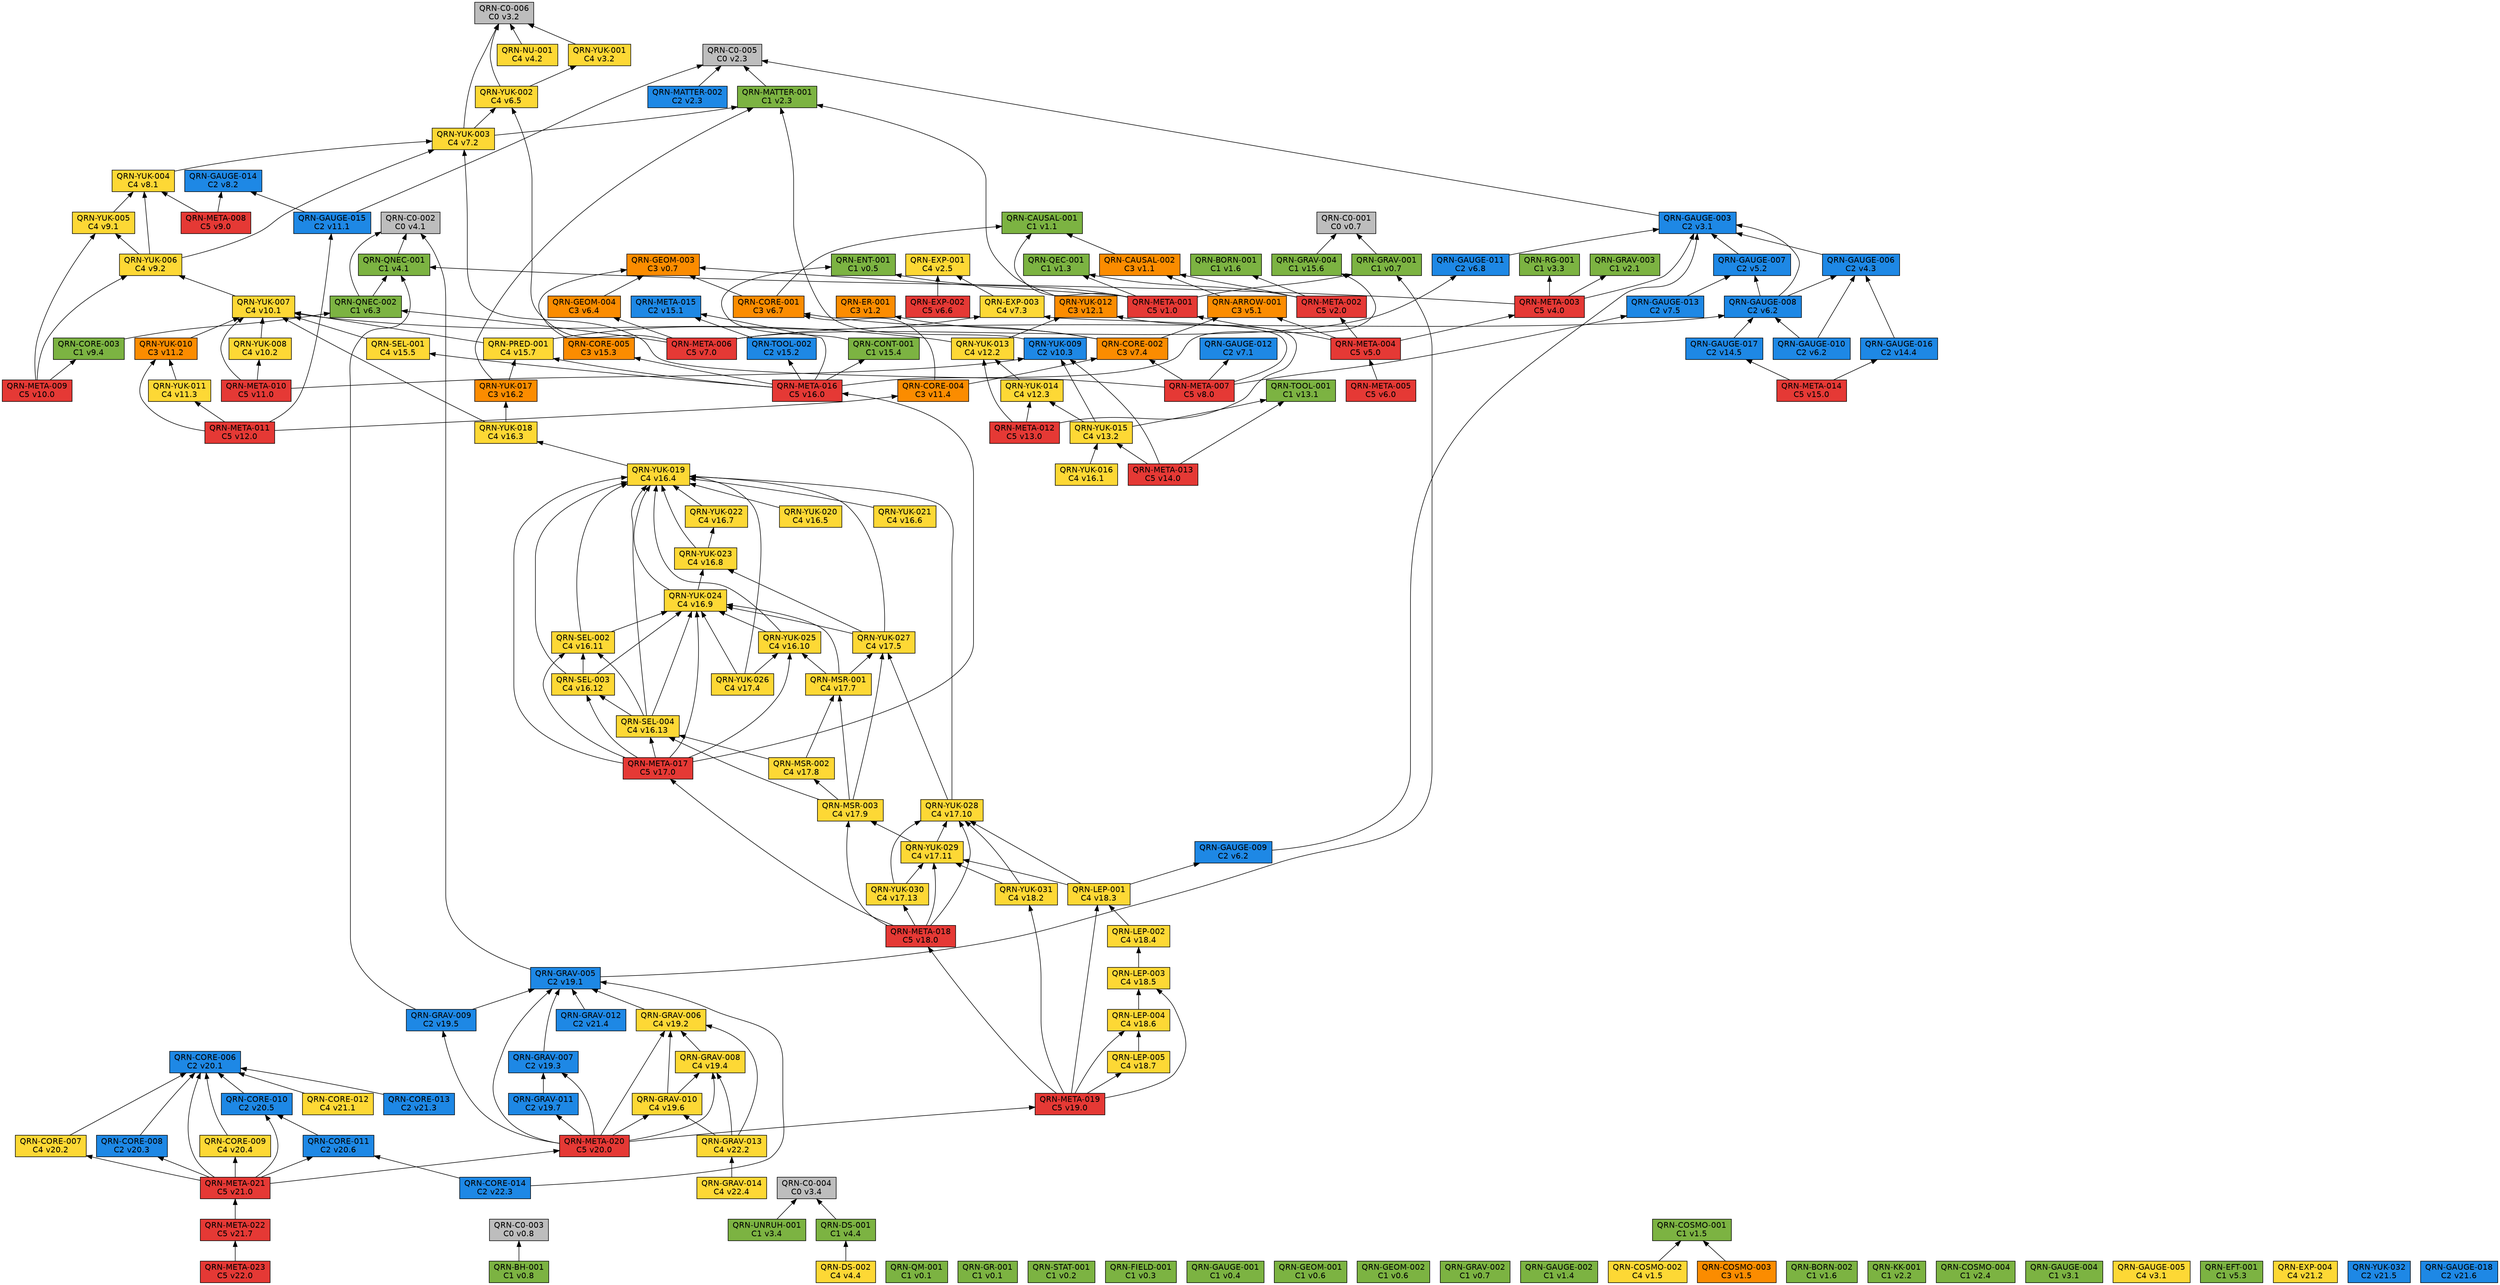
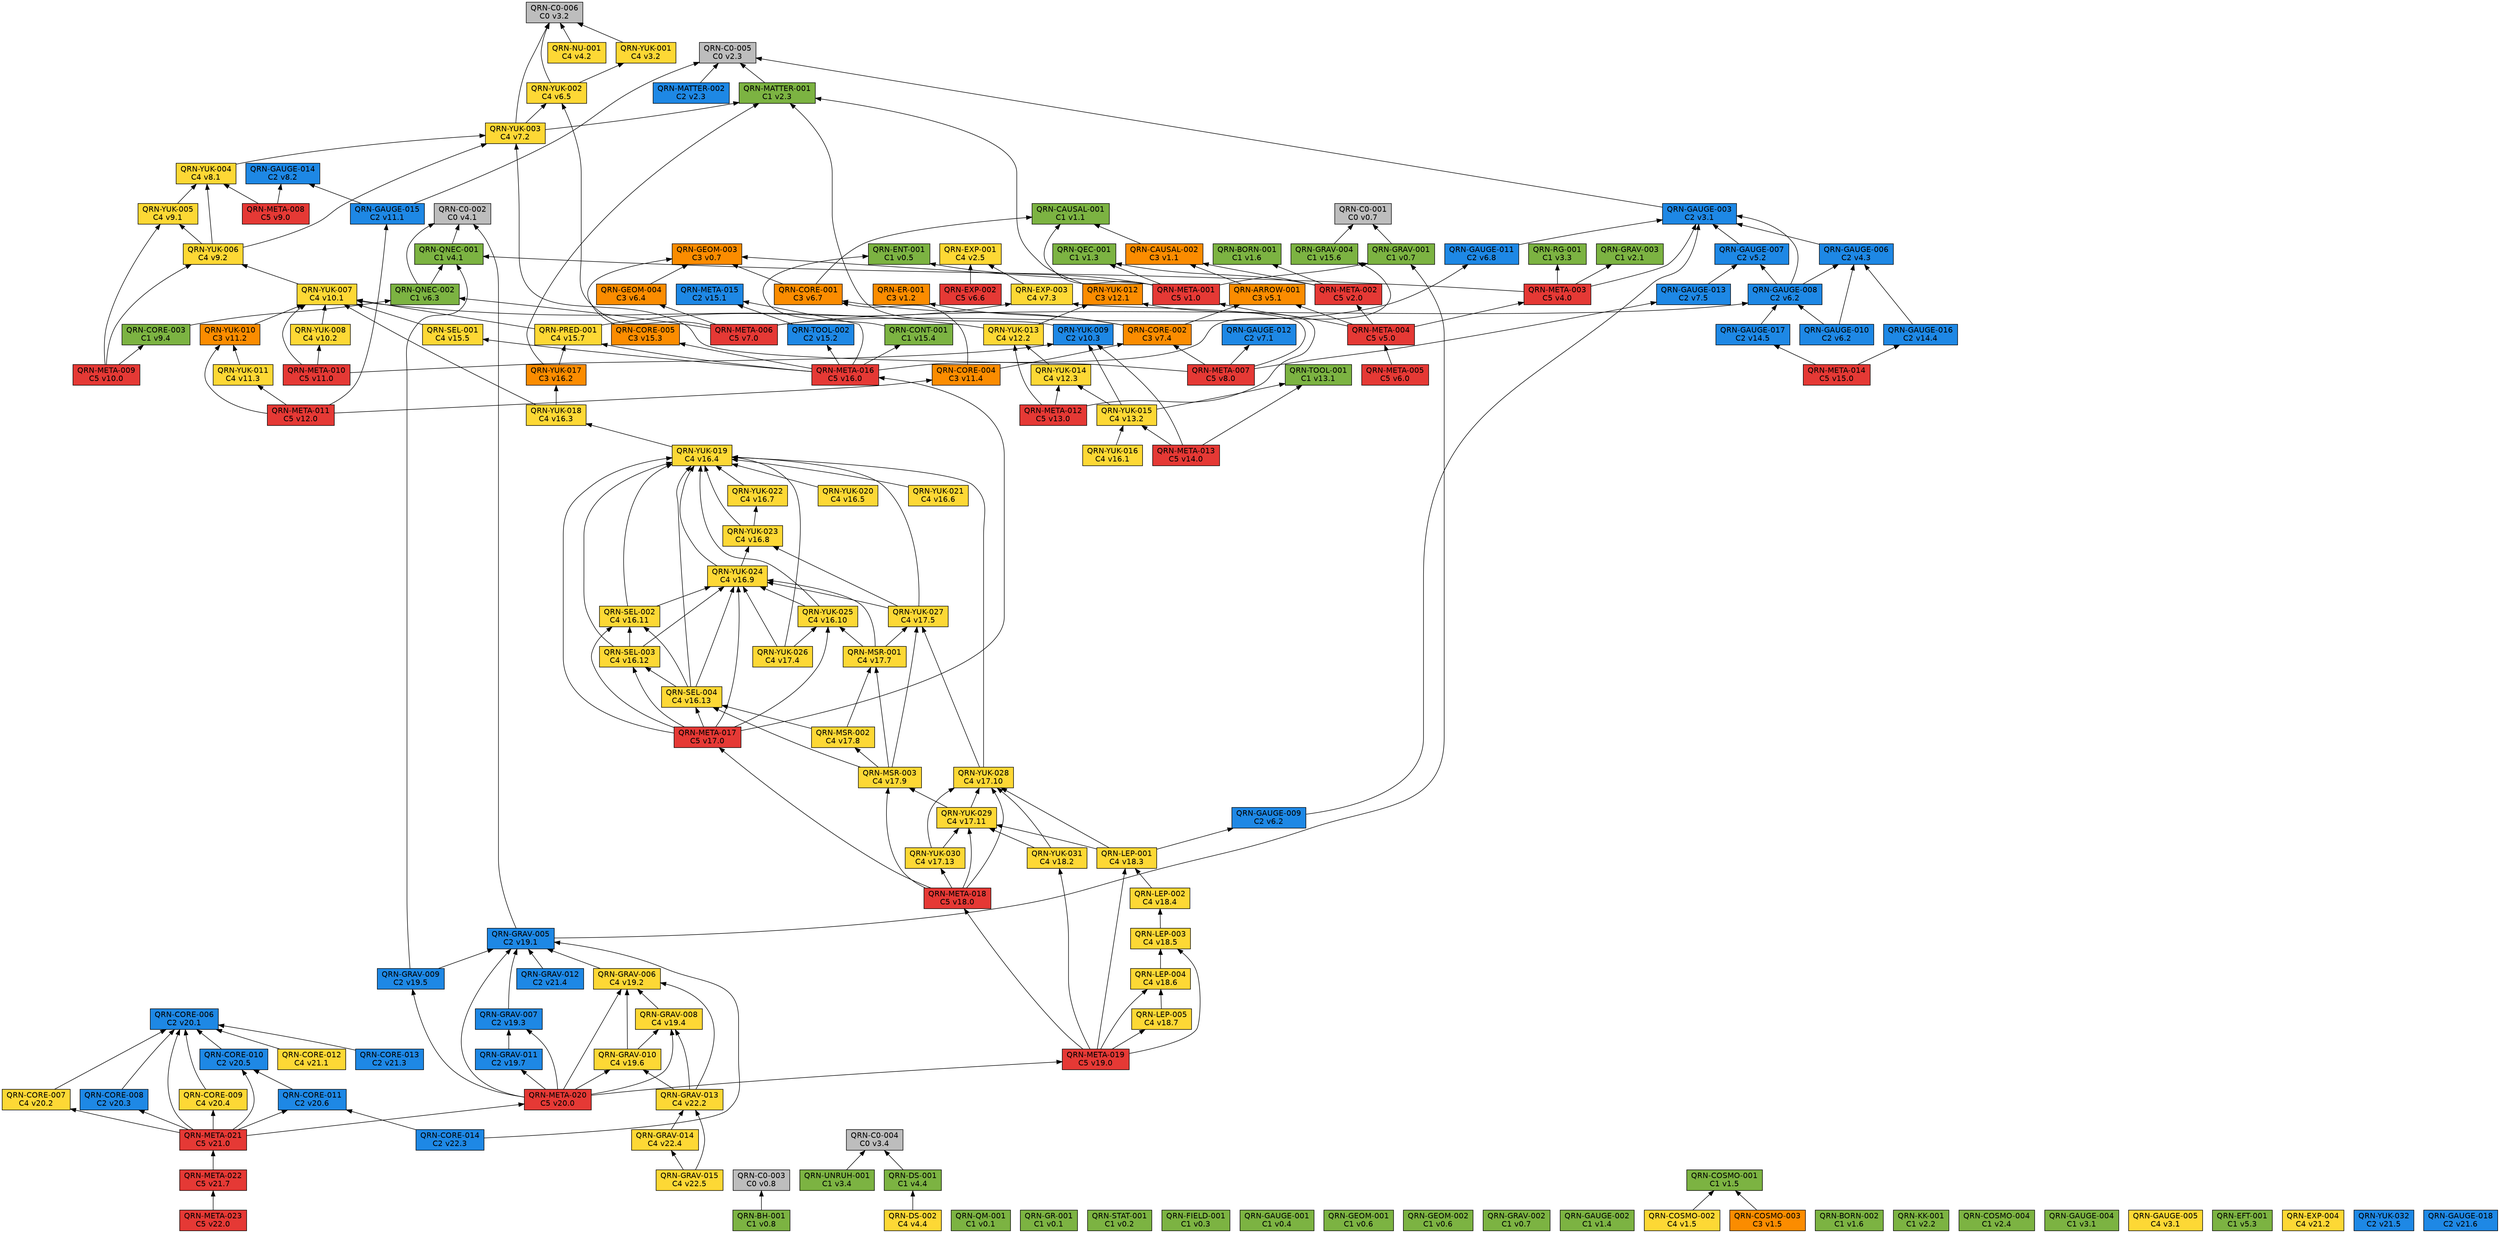
// 自動生成 (dag/report.pl) — QRN 主張依存グラフ
digraph qrn {
  rankdir=BT;
  node [shape=box, style=filled, fontname="Helvetica"];
  "QRN-C0-001" [fillcolor="#bdbdbd", label="QRN-C0-001\nC0 v0.7"];
  "QRN-C0-002" [fillcolor="#bdbdbd", label="QRN-C0-002\nC0 v4.1"];
  "QRN-C0-003" [fillcolor="#bdbdbd", label="QRN-C0-003\nC0 v0.8"];
  "QRN-C0-004" [fillcolor="#bdbdbd", label="QRN-C0-004\nC0 v3.4"];
  "QRN-C0-005" [fillcolor="#bdbdbd", label="QRN-C0-005\nC0 v2.3"];
  "QRN-C0-006" [fillcolor="#bdbdbd", label="QRN-C0-006\nC0 v3.2"];
  "QRN-QM-001" [fillcolor="#7cb342", label="QRN-QM-001\nC1 v0.1"];
  "QRN-GR-001" [fillcolor="#7cb342", label="QRN-GR-001\nC1 v0.1"];
  "QRN-STAT-001" [fillcolor="#7cb342", label="QRN-STAT-001\nC1 v0.2"];
  "QRN-FIELD-001" [fillcolor="#7cb342", label="QRN-FIELD-001\nC1 v0.3"];
  "QRN-GAUGE-001" [fillcolor="#7cb342", label="QRN-GAUGE-001\nC1 v0.4"];
  "QRN-ENT-001" [fillcolor="#7cb342", label="QRN-ENT-001\nC1 v0.5"];
  "QRN-GEOM-001" [fillcolor="#7cb342", label="QRN-GEOM-001\nC1 v0.6"];
  "QRN-GEOM-002" [fillcolor="#7cb342", label="QRN-GEOM-002\nC1 v0.6"];
  "QRN-GEOM-003" [fillcolor="#fb8c00", label="QRN-GEOM-003\nC3 v0.7"];
  "QRN-GRAV-001" [fillcolor="#7cb342", label="QRN-GRAV-001\nC1 v0.7"];
  "QRN-GRAV-002" [fillcolor="#7cb342", label="QRN-GRAV-002\nC1 v0.7"];
  "QRN-BH-001" [fillcolor="#7cb342", label="QRN-BH-001\nC1 v0.8"];
  "QRN-CAUSAL-001" [fillcolor="#7cb342", label="QRN-CAUSAL-001\nC1 v1.1"];
  "QRN-CAUSAL-002" [fillcolor="#fb8c00", label="QRN-CAUSAL-002\nC3 v1.1"];
  "QRN-ER-001" [fillcolor="#fb8c00", label="QRN-ER-001\nC3 v1.2"];
  "QRN-QEC-001" [fillcolor="#7cb342", label="QRN-QEC-001\nC1 v1.3"];
  "QRN-GAUGE-002" [fillcolor="#7cb342", label="QRN-GAUGE-002\nC1 v1.4"];
  "QRN-COSMO-001" [fillcolor="#7cb342", label="QRN-COSMO-001\nC1 v1.5"];
  "QRN-COSMO-002" [fillcolor="#fdd835", label="QRN-COSMO-002\nC4 v1.5"];
  "QRN-COSMO-003" [fillcolor="#fb8c00", label="QRN-COSMO-003\nC3 v1.5"];
  "QRN-BORN-001" [fillcolor="#7cb342", label="QRN-BORN-001\nC1 v1.6"];
  "QRN-BORN-002" [fillcolor="#7cb342", label="QRN-BORN-002\nC1 v1.6"];
  "QRN-GRAV-003" [fillcolor="#7cb342", label="QRN-GRAV-003\nC1 v2.1"];
  "QRN-KK-001" [fillcolor="#7cb342", label="QRN-KK-001\nC1 v2.2"];
  "QRN-MATTER-001" [fillcolor="#7cb342", label="QRN-MATTER-001\nC1 v2.3"];
  "QRN-MATTER-002" [fillcolor="#1e88e5", label="QRN-MATTER-002\nC2 v2.3"];
  "QRN-COSMO-004" [fillcolor="#7cb342", label="QRN-COSMO-004\nC1 v2.4"];
  "QRN-EXP-001" [fillcolor="#fdd835", label="QRN-EXP-001\nC4 v2.5"];
  "QRN-GAUGE-003" [fillcolor="#1e88e5", label="QRN-GAUGE-003\nC2 v3.1"];
  "QRN-GAUGE-004" [fillcolor="#7cb342", label="QRN-GAUGE-004\nC1 v3.1"];
  "QRN-GAUGE-005" [fillcolor="#fdd835", label="QRN-GAUGE-005\nC4 v3.1"];
  "QRN-YUK-001" [fillcolor="#fdd835", label="QRN-YUK-001\nC4 v3.2"];
  "QRN-RG-001" [fillcolor="#7cb342", label="QRN-RG-001\nC1 v3.3"];
  "QRN-UNRUH-001" [fillcolor="#7cb342", label="QRN-UNRUH-001\nC1 v3.4"];
  "QRN-QNEC-001" [fillcolor="#7cb342", label="QRN-QNEC-001\nC1 v4.1"];
  "QRN-NU-001" [fillcolor="#fdd835", label="QRN-NU-001\nC4 v4.2"];
  "QRN-GAUGE-006" [fillcolor="#1e88e5", label="QRN-GAUGE-006\nC2 v4.3"];
  "QRN-DS-001" [fillcolor="#7cb342", label="QRN-DS-001\nC1 v4.4"];
  "QRN-DS-002" [fillcolor="#fdd835", label="QRN-DS-002\nC4 v4.4"];
  "QRN-ARROW-001" [fillcolor="#fb8c00", label="QRN-ARROW-001\nC3 v5.1"];
  "QRN-GAUGE-007" [fillcolor="#1e88e5", label="QRN-GAUGE-007\nC2 v5.2"];
  "QRN-EFT-001" [fillcolor="#7cb342", label="QRN-EFT-001\nC1 v5.3"];
  "QRN-GAUGE-008" [fillcolor="#1e88e5", label="QRN-GAUGE-008\nC2 v6.2"];
  "QRN-GAUGE-009" [fillcolor="#1e88e5", label="QRN-GAUGE-009\nC2 v6.2"];
  "QRN-GAUGE-010" [fillcolor="#1e88e5", label="QRN-GAUGE-010\nC2 v6.2"];
  "QRN-QNEC-002" [fillcolor="#7cb342", label="QRN-QNEC-002\nC1 v6.3"];
  "QRN-GEOM-004" [fillcolor="#fb8c00", label="QRN-GEOM-004\nC3 v6.4"];
  "QRN-YUK-002" [fillcolor="#fdd835", label="QRN-YUK-002\nC4 v6.5"];
  "QRN-EXP-002" [fillcolor="#e53935", label="QRN-EXP-002\nC5 v6.6"];
  "QRN-CORE-001" [fillcolor="#fb8c00", label="QRN-CORE-001\nC3 v6.7"];
  "QRN-GAUGE-011" [fillcolor="#1e88e5", label="QRN-GAUGE-011\nC2 v6.8"];
  "QRN-GAUGE-012" [fillcolor="#1e88e5", label="QRN-GAUGE-012\nC2 v7.1"];
  "QRN-YUK-003" [fillcolor="#fdd835", label="QRN-YUK-003\nC4 v7.2"];
  "QRN-EXP-003" [fillcolor="#fdd835", label="QRN-EXP-003\nC4 v7.3"];
  "QRN-CORE-002" [fillcolor="#fb8c00", label="QRN-CORE-002\nC3 v7.4"];
  "QRN-GAUGE-013" [fillcolor="#1e88e5", label="QRN-GAUGE-013\nC2 v7.5"];
  "QRN-YUK-004" [fillcolor="#fdd835", label="QRN-YUK-004\nC4 v8.1"];
  "QRN-GAUGE-014" [fillcolor="#1e88e5", label="QRN-GAUGE-014\nC2 v8.2"];
  "QRN-META-001" [fillcolor="#e53935", label="QRN-META-001\nC5 v1.0"];
  "QRN-META-002" [fillcolor="#e53935", label="QRN-META-002\nC5 v2.0"];
  "QRN-META-003" [fillcolor="#e53935", label="QRN-META-003\nC5 v4.0"];
  "QRN-META-004" [fillcolor="#e53935", label="QRN-META-004\nC5 v5.0"];
  "QRN-META-005" [fillcolor="#e53935", label="QRN-META-005\nC5 v6.0"];
  "QRN-META-006" [fillcolor="#e53935", label="QRN-META-006\nC5 v7.0"];
  "QRN-META-007" [fillcolor="#e53935", label="QRN-META-007\nC5 v8.0"];
  "QRN-META-008" [fillcolor="#e53935", label="QRN-META-008\nC5 v9.0"];
  "QRN-YUK-005" [fillcolor="#fdd835", label="QRN-YUK-005\nC4 v9.1"];
  "QRN-YUK-006" [fillcolor="#fdd835", label="QRN-YUK-006\nC4 v9.2"];
  "QRN-CORE-003" [fillcolor="#7cb342", label="QRN-CORE-003\nC1 v9.4"];
  "QRN-META-009" [fillcolor="#e53935", label="QRN-META-009\nC5 v10.0"];
  "QRN-YUK-007" [fillcolor="#fdd835", label="QRN-YUK-007\nC4 v10.1"];
  "QRN-YUK-008" [fillcolor="#fdd835", label="QRN-YUK-008\nC4 v10.2"];
  "QRN-YUK-009" [fillcolor="#1e88e5", label="QRN-YUK-009\nC2 v10.3"];
  "QRN-META-010" [fillcolor="#e53935", label="QRN-META-010\nC5 v11.0"];
  "QRN-GAUGE-015" [fillcolor="#1e88e5", label="QRN-GAUGE-015\nC2 v11.1"];
  "QRN-YUK-010" [fillcolor="#fb8c00", label="QRN-YUK-010\nC3 v11.2"];
  "QRN-YUK-011" [fillcolor="#fdd835", label="QRN-YUK-011\nC4 v11.3"];
  "QRN-CORE-004" [fillcolor="#fb8c00", label="QRN-CORE-004\nC3 v11.4"];
  "QRN-META-011" [fillcolor="#e53935", label="QRN-META-011\nC5 v12.0"];
  "QRN-YUK-012" [fillcolor="#fb8c00", label="QRN-YUK-012\nC3 v12.1"];
  "QRN-YUK-013" [fillcolor="#fdd835", label="QRN-YUK-013\nC4 v12.2"];
  "QRN-YUK-014" [fillcolor="#fdd835", label="QRN-YUK-014\nC4 v12.3"];
  "QRN-META-012" [fillcolor="#e53935", label="QRN-META-012\nC5 v13.0"];
  "QRN-TOOL-001" [fillcolor="#7cb342", label="QRN-TOOL-001\nC1 v13.1"];
  "QRN-YUK-015" [fillcolor="#fdd835", label="QRN-YUK-015\nC4 v13.2"];
  "QRN-META-013" [fillcolor="#e53935", label="QRN-META-013\nC5 v14.0"];
  "QRN-GAUGE-016" [fillcolor="#1e88e5", label="QRN-GAUGE-016\nC2 v14.4"];
  "QRN-GAUGE-017" [fillcolor="#1e88e5", label="QRN-GAUGE-017\nC2 v14.5"];
  "QRN-META-014" [fillcolor="#e53935", label="QRN-META-014\nC5 v15.0"];
  "QRN-META-015" [fillcolor="#1e88e5", label="QRN-META-015\nC2 v15.1"];
  "QRN-TOOL-002" [fillcolor="#1e88e5", label="QRN-TOOL-002\nC2 v15.2"];
  "QRN-CORE-005" [fillcolor="#fb8c00", label="QRN-CORE-005\nC3 v15.3"];
  "QRN-CONT-001" [fillcolor="#7cb342", label="QRN-CONT-001\nC1 v15.4"];
  "QRN-SEL-001" [fillcolor="#fdd835", label="QRN-SEL-001\nC4 v15.5"];
  "QRN-GRAV-004" [fillcolor="#7cb342", label="QRN-GRAV-004\nC1 v15.6"];
  "QRN-PRED-001" [fillcolor="#fdd835", label="QRN-PRED-001\nC4 v15.7"];
  "QRN-META-016" [fillcolor="#e53935", label="QRN-META-016\nC5 v16.0"];
  "QRN-YUK-016" [fillcolor="#fdd835", label="QRN-YUK-016\nC4 v16.1"];
  "QRN-YUK-017" [fillcolor="#fb8c00", label="QRN-YUK-017\nC3 v16.2"];
  "QRN-YUK-018" [fillcolor="#fdd835", label="QRN-YUK-018\nC4 v16.3"];
  "QRN-YUK-019" [fillcolor="#fdd835", label="QRN-YUK-019\nC4 v16.4"];
  "QRN-YUK-020" [fillcolor="#fdd835", label="QRN-YUK-020\nC4 v16.5"];
  "QRN-YUK-021" [fillcolor="#fdd835", label="QRN-YUK-021\nC4 v16.6"];
  "QRN-YUK-022" [fillcolor="#fdd835", label="QRN-YUK-022\nC4 v16.7"];
  "QRN-YUK-023" [fillcolor="#fdd835", label="QRN-YUK-023\nC4 v16.8"];
  "QRN-YUK-024" [fillcolor="#fdd835", label="QRN-YUK-024\nC4 v16.9"];
  "QRN-YUK-025" [fillcolor="#fdd835", label="QRN-YUK-025\nC4 v16.10"];
  "QRN-SEL-002" [fillcolor="#fdd835", label="QRN-SEL-002\nC4 v16.11"];
  "QRN-SEL-003" [fillcolor="#fdd835", label="QRN-SEL-003\nC4 v16.12"];
  "QRN-SEL-004" [fillcolor="#fdd835", label="QRN-SEL-004\nC4 v16.13"];
  "QRN-META-017" [fillcolor="#e53935", label="QRN-META-017\nC5 v17.0"];
  "QRN-YUK-026" [fillcolor="#fdd835", label="QRN-YUK-026\nC4 v17.4"];
  "QRN-YUK-027" [fillcolor="#fdd835", label="QRN-YUK-027\nC4 v17.5"];
  "QRN-MSR-001" [fillcolor="#fdd835", label="QRN-MSR-001\nC4 v17.7"];
  "QRN-MSR-002" [fillcolor="#fdd835", label="QRN-MSR-002\nC4 v17.8"];
  "QRN-MSR-003" [fillcolor="#fdd835", label="QRN-MSR-003\nC4 v17.9"];
  "QRN-YUK-028" [fillcolor="#fdd835", label="QRN-YUK-028\nC4 v17.10"];
  "QRN-YUK-029" [fillcolor="#fdd835", label="QRN-YUK-029\nC4 v17.11"];
  "QRN-YUK-030" [fillcolor="#fdd835", label="QRN-YUK-030\nC4 v17.13"];
  "QRN-META-018" [fillcolor="#e53935", label="QRN-META-018\nC5 v18.0"];
  "QRN-YUK-031" [fillcolor="#fdd835", label="QRN-YUK-031\nC4 v18.2"];
  "QRN-LEP-001" [fillcolor="#fdd835", label="QRN-LEP-001\nC4 v18.3"];
  "QRN-LEP-002" [fillcolor="#fdd835", label="QRN-LEP-002\nC4 v18.4"];
  "QRN-LEP-003" [fillcolor="#fdd835", label="QRN-LEP-003\nC4 v18.5"];
  "QRN-LEP-004" [fillcolor="#fdd835", label="QRN-LEP-004\nC4 v18.6"];
  "QRN-LEP-005" [fillcolor="#fdd835", label="QRN-LEP-005\nC4 v18.7"];
  "QRN-META-019" [fillcolor="#e53935", label="QRN-META-019\nC5 v19.0"];
  "QRN-GRAV-005" [fillcolor="#1e88e5", label="QRN-GRAV-005\nC2 v19.1"];
  "QRN-GRAV-006" [fillcolor="#fdd835", label="QRN-GRAV-006\nC4 v19.2"];
  "QRN-GRAV-007" [fillcolor="#1e88e5", label="QRN-GRAV-007\nC2 v19.3"];
  "QRN-GRAV-008" [fillcolor="#fdd835", label="QRN-GRAV-008\nC4 v19.4"];
  "QRN-GRAV-009" [fillcolor="#1e88e5", label="QRN-GRAV-009\nC2 v19.5"];
  "QRN-GRAV-010" [fillcolor="#fdd835", label="QRN-GRAV-010\nC4 v19.6"];
  "QRN-GRAV-011" [fillcolor="#1e88e5", label="QRN-GRAV-011\nC2 v19.7"];
  "QRN-META-020" [fillcolor="#e53935", label="QRN-META-020\nC5 v20.0"];
  "QRN-CORE-006" [fillcolor="#1e88e5", label="QRN-CORE-006\nC2 v20.1"];
  "QRN-CORE-007" [fillcolor="#fdd835", label="QRN-CORE-007\nC4 v20.2"];
  "QRN-CORE-008" [fillcolor="#1e88e5", label="QRN-CORE-008\nC2 v20.3"];
  "QRN-CORE-009" [fillcolor="#fdd835", label="QRN-CORE-009\nC4 v20.4"];
  "QRN-CORE-010" [fillcolor="#1e88e5", label="QRN-CORE-010\nC2 v20.5"];
  "QRN-CORE-011" [fillcolor="#1e88e5", label="QRN-CORE-011\nC2 v20.6"];
  "QRN-META-021" [fillcolor="#e53935", label="QRN-META-021\nC5 v21.0"];
  "QRN-CORE-012" [fillcolor="#fdd835", label="QRN-CORE-012\nC4 v21.1"];
  "QRN-EXP-004" [fillcolor="#fdd835", label="QRN-EXP-004\nC4 v21.2"];
  "QRN-CORE-013" [fillcolor="#1e88e5", label="QRN-CORE-013\nC2 v21.3"];
  "QRN-GRAV-012" [fillcolor="#1e88e5", label="QRN-GRAV-012\nC2 v21.4"];
  "QRN-YUK-032" [fillcolor="#1e88e5", label="QRN-YUK-032\nC2 v21.5"];
  "QRN-GAUGE-018" [fillcolor="#1e88e5", label="QRN-GAUGE-018\nC2 v21.6"];
  "QRN-META-022" [fillcolor="#e53935", label="QRN-META-022\nC5 v21.7"];
  "QRN-META-023" [fillcolor="#e53935", label="QRN-META-023\nC5 v22.0"];
  "QRN-CORE-014" [fillcolor="#1e88e5", label="QRN-CORE-014\nC2 v22.3"];
  "QRN-GRAV-013" [fillcolor="#fdd835", label="QRN-GRAV-013\nC4 v22.2"];
  "QRN-GRAV-014" [fillcolor="#fdd835", label="QRN-GRAV-014\nC4 v22.4"];
+   "QRN-GRAV-015" [fillcolor="#fdd835", label="QRN-GRAV-015\nC4 v22.5"];
  "QRN-GRAV-001" -> "QRN-C0-001";
  "QRN-BH-001" -> "QRN-C0-003";
  "QRN-CAUSAL-002" -> "QRN-CAUSAL-001";
  "QRN-COSMO-002" -> "QRN-COSMO-001";
  "QRN-COSMO-003" -> "QRN-COSMO-001";
  "QRN-MATTER-001" -> "QRN-C0-005";
  "QRN-MATTER-002" -> "QRN-C0-005";
  "QRN-GAUGE-003" -> "QRN-C0-005";
  "QRN-YUK-001" -> "QRN-C0-006";
  "QRN-UNRUH-001" -> "QRN-C0-004";
  "QRN-QNEC-001" -> "QRN-C0-002";
  "QRN-NU-001" -> "QRN-C0-006";
  "QRN-GAUGE-006" -> "QRN-GAUGE-003";
  "QRN-DS-001" -> "QRN-C0-004";
  "QRN-DS-002" -> "QRN-DS-001";
  "QRN-ARROW-001" -> "QRN-CAUSAL-002";
  "QRN-GAUGE-007" -> "QRN-GAUGE-003";
  "QRN-GAUGE-008" -> "QRN-GAUGE-003";
  "QRN-GAUGE-008" -> "QRN-GAUGE-006";
  "QRN-GAUGE-008" -> "QRN-GAUGE-007";
  "QRN-GAUGE-009" -> "QRN-GAUGE-003";
  "QRN-GAUGE-010" -> "QRN-GAUGE-006";
  "QRN-GAUGE-010" -> "QRN-GAUGE-008";
  "QRN-QNEC-002" -> "QRN-C0-002";
  "QRN-QNEC-002" -> "QRN-QNEC-001";
  "QRN-GEOM-004" -> "QRN-GEOM-003";
  "QRN-YUK-002" -> "QRN-C0-006";
  "QRN-YUK-002" -> "QRN-YUK-001";
  "QRN-EXP-002" -> "QRN-EXP-001";
  "QRN-CORE-001" -> "QRN-GEOM-003";
  "QRN-CORE-001" -> "QRN-CAUSAL-001";
  "QRN-GAUGE-011" -> "QRN-GAUGE-003";
  "QRN-YUK-003" -> "QRN-C0-006";
  "QRN-YUK-003" -> "QRN-MATTER-001";
  "QRN-YUK-003" -> "QRN-YUK-002";
  "QRN-EXP-003" -> "QRN-EXP-001";
  "QRN-CORE-002" -> "QRN-CORE-001";
  "QRN-CORE-002" -> "QRN-ER-001";
  "QRN-CORE-002" -> "QRN-ARROW-001";
  "QRN-GAUGE-013" -> "QRN-GAUGE-007";
  "QRN-YUK-004" -> "QRN-YUK-003";
  "QRN-META-001" -> "QRN-GEOM-003";
  "QRN-META-001" -> "QRN-GRAV-001";
  "QRN-META-001" -> "QRN-CAUSAL-001";
  "QRN-META-001" -> "QRN-QEC-001";
  "QRN-META-001" -> "QRN-ENT-001";
  "QRN-META-002" -> "QRN-QEC-001";
  "QRN-META-002" -> "QRN-BORN-001";
  "QRN-META-002" -> "QRN-CAUSAL-002";
  "QRN-META-003" -> "QRN-GAUGE-003";
  "QRN-META-003" -> "QRN-RG-001";
  "QRN-META-003" -> "QRN-QNEC-001";
  "QRN-META-003" -> "QRN-GRAV-003";
  "QRN-META-004" -> "QRN-META-001";
  "QRN-META-004" -> "QRN-META-002";
  "QRN-META-004" -> "QRN-META-003";
  "QRN-META-004" -> "QRN-ARROW-001";
  "QRN-META-005" -> "QRN-META-004";
  "QRN-META-006" -> "QRN-GAUGE-008";
  "QRN-META-006" -> "QRN-QNEC-002";
  "QRN-META-006" -> "QRN-GEOM-004";
  "QRN-META-006" -> "QRN-YUK-002";
  "QRN-META-006" -> "QRN-GAUGE-011";
  "QRN-META-007" -> "QRN-GAUGE-012";
  "QRN-META-007" -> "QRN-YUK-003";
  "QRN-META-007" -> "QRN-EXP-003";
  "QRN-META-007" -> "QRN-CORE-002";
  "QRN-META-007" -> "QRN-GAUGE-013";
  "QRN-META-008" -> "QRN-YUK-004";
  "QRN-META-008" -> "QRN-GAUGE-014";
  "QRN-YUK-005" -> "QRN-YUK-004";
  "QRN-YUK-006" -> "QRN-YUK-003";
  "QRN-YUK-006" -> "QRN-YUK-004";
  "QRN-YUK-006" -> "QRN-YUK-005";
  "QRN-CORE-003" -> "QRN-QNEC-002";
  "QRN-META-009" -> "QRN-YUK-005";
  "QRN-META-009" -> "QRN-YUK-006";
  "QRN-META-009" -> "QRN-CORE-003";
  "QRN-YUK-007" -> "QRN-YUK-006";
  "QRN-YUK-008" -> "QRN-YUK-007";
  "QRN-YUK-009" -> "QRN-MATTER-001";
  "QRN-META-010" -> "QRN-YUK-007";
  "QRN-META-010" -> "QRN-YUK-008";
  "QRN-META-010" -> "QRN-YUK-009";
  "QRN-GAUGE-015" -> "QRN-C0-005";
  "QRN-GAUGE-015" -> "QRN-GAUGE-014";
  "QRN-YUK-010" -> "QRN-YUK-007";
  "QRN-YUK-011" -> "QRN-YUK-010";
  "QRN-CORE-004" -> "QRN-CORE-001";
  "QRN-CORE-004" -> "QRN-CORE-002";
  "QRN-META-011" -> "QRN-GAUGE-015";
  "QRN-META-011" -> "QRN-YUK-010";
  "QRN-META-011" -> "QRN-YUK-011";
  "QRN-META-011" -> "QRN-CORE-004";
  "QRN-YUK-012" -> "QRN-MATTER-001";
  "QRN-YUK-013" -> "QRN-YUK-012";
  "QRN-YUK-013" -> "QRN-YUK-007";
  "QRN-YUK-014" -> "QRN-YUK-013";
  "QRN-META-012" -> "QRN-YUK-012";
  "QRN-META-012" -> "QRN-YUK-013";
  "QRN-META-012" -> "QRN-YUK-014";
  "QRN-YUK-015" -> "QRN-YUK-014";
  "QRN-YUK-015" -> "QRN-TOOL-001";
  "QRN-YUK-015" -> "QRN-YUK-009";
  "QRN-META-013" -> "QRN-YUK-015";
  "QRN-META-013" -> "QRN-TOOL-001";
  "QRN-META-013" -> "QRN-YUK-009";
  "QRN-GAUGE-016" -> "QRN-GAUGE-006";
  "QRN-GAUGE-017" -> "QRN-GAUGE-008";
  "QRN-META-014" -> "QRN-GAUGE-016";
  "QRN-META-014" -> "QRN-GAUGE-017";
  "QRN-TOOL-002" -> "QRN-META-015";
  "QRN-CORE-005" -> "QRN-GEOM-003";
  "QRN-CONT-001" -> "QRN-ENT-001";
  "QRN-SEL-001" -> "QRN-YUK-007";
  "QRN-GRAV-004" -> "QRN-C0-001";
  "QRN-PRED-001" -> "QRN-YUK-007";
  "QRN-PRED-001" -> "QRN-EXP-003";
  "QRN-META-016" -> "QRN-META-015";
  "QRN-META-016" -> "QRN-TOOL-002";
  "QRN-META-016" -> "QRN-CORE-005";
  "QRN-META-016" -> "QRN-CONT-001";
  "QRN-META-016" -> "QRN-SEL-001";
  "QRN-META-016" -> "QRN-GRAV-004";
  "QRN-META-016" -> "QRN-PRED-001";
  "QRN-YUK-016" -> "QRN-YUK-015";
  "QRN-YUK-017" -> "QRN-MATTER-001";
  "QRN-YUK-017" -> "QRN-PRED-001";
  "QRN-YUK-018" -> "QRN-YUK-017";
  "QRN-YUK-018" -> "QRN-YUK-007";
  "QRN-YUK-019" -> "QRN-YUK-018";
  "QRN-YUK-020" -> "QRN-YUK-019";
  "QRN-YUK-021" -> "QRN-YUK-019";
  "QRN-YUK-022" -> "QRN-YUK-019";
  "QRN-YUK-023" -> "QRN-YUK-019";
  "QRN-YUK-023" -> "QRN-YUK-022";
  "QRN-YUK-024" -> "QRN-YUK-019";
  "QRN-YUK-024" -> "QRN-YUK-023";
  "QRN-YUK-025" -> "QRN-YUK-019";
  "QRN-YUK-025" -> "QRN-YUK-024";
  "QRN-SEL-002" -> "QRN-YUK-019";
  "QRN-SEL-002" -> "QRN-YUK-024";
  "QRN-SEL-003" -> "QRN-YUK-019";
  "QRN-SEL-003" -> "QRN-YUK-024";
  "QRN-SEL-003" -> "QRN-SEL-002";
  "QRN-SEL-004" -> "QRN-YUK-019";
  "QRN-SEL-004" -> "QRN-YUK-024";
  "QRN-SEL-004" -> "QRN-SEL-002";
  "QRN-SEL-004" -> "QRN-SEL-003";
  "QRN-META-017" -> "QRN-META-016";
  "QRN-META-017" -> "QRN-YUK-019";
  "QRN-META-017" -> "QRN-YUK-024";
  "QRN-META-017" -> "QRN-YUK-025";
  "QRN-META-017" -> "QRN-SEL-002";
  "QRN-META-017" -> "QRN-SEL-003";
  "QRN-META-017" -> "QRN-SEL-004";
  "QRN-YUK-026" -> "QRN-YUK-019";
  "QRN-YUK-026" -> "QRN-YUK-024";
  "QRN-YUK-026" -> "QRN-YUK-025";
  "QRN-YUK-027" -> "QRN-YUK-019";
  "QRN-YUK-027" -> "QRN-YUK-023";
  "QRN-YUK-027" -> "QRN-YUK-024";
  "QRN-MSR-001" -> "QRN-YUK-024";
  "QRN-MSR-001" -> "QRN-YUK-025";
  "QRN-MSR-001" -> "QRN-YUK-027";
  "QRN-MSR-002" -> "QRN-SEL-004";
  "QRN-MSR-002" -> "QRN-MSR-001";
  "QRN-MSR-003" -> "QRN-MSR-001";
  "QRN-MSR-003" -> "QRN-MSR-002";
  "QRN-MSR-003" -> "QRN-SEL-004";
  "QRN-MSR-003" -> "QRN-YUK-027";
  "QRN-YUK-028" -> "QRN-YUK-019";
  "QRN-YUK-028" -> "QRN-YUK-027";
  "QRN-YUK-029" -> "QRN-YUK-028";
  "QRN-YUK-029" -> "QRN-MSR-003";
  "QRN-YUK-030" -> "QRN-YUK-028";
  "QRN-YUK-030" -> "QRN-YUK-029";
  "QRN-META-018" -> "QRN-META-017";
  "QRN-META-018" -> "QRN-MSR-003";
  "QRN-META-018" -> "QRN-YUK-028";
  "QRN-META-018" -> "QRN-YUK-029";
  "QRN-META-018" -> "QRN-YUK-030";
  "QRN-YUK-031" -> "QRN-YUK-028";
  "QRN-YUK-031" -> "QRN-YUK-029";
  "QRN-LEP-001" -> "QRN-YUK-028";
  "QRN-LEP-001" -> "QRN-YUK-029";
  "QRN-LEP-001" -> "QRN-GAUGE-009";
  "QRN-LEP-002" -> "QRN-LEP-001";
  "QRN-LEP-003" -> "QRN-LEP-002";
  "QRN-LEP-004" -> "QRN-LEP-003";
  "QRN-LEP-005" -> "QRN-LEP-004";
  "QRN-META-019" -> "QRN-META-018";
  "QRN-META-019" -> "QRN-YUK-031";
  "QRN-META-019" -> "QRN-LEP-001";
  "QRN-META-019" -> "QRN-LEP-003";
  "QRN-META-019" -> "QRN-LEP-004";
  "QRN-META-019" -> "QRN-LEP-005";
  "QRN-GRAV-005" -> "QRN-C0-002";
  "QRN-GRAV-005" -> "QRN-GRAV-001";
  "QRN-GRAV-006" -> "QRN-GRAV-005";
  "QRN-GRAV-007" -> "QRN-GRAV-005";
  "QRN-GRAV-008" -> "QRN-GRAV-006";
  "QRN-GRAV-009" -> "QRN-GRAV-005";
  "QRN-GRAV-009" -> "QRN-QNEC-001";
  "QRN-GRAV-010" -> "QRN-GRAV-006";
  "QRN-GRAV-010" -> "QRN-GRAV-008";
  "QRN-GRAV-011" -> "QRN-GRAV-007";
  "QRN-META-020" -> "QRN-META-019";
  "QRN-META-020" -> "QRN-GRAV-005";
  "QRN-META-020" -> "QRN-GRAV-006";
  "QRN-META-020" -> "QRN-GRAV-007";
  "QRN-META-020" -> "QRN-GRAV-008";
  "QRN-META-020" -> "QRN-GRAV-009";
  "QRN-META-020" -> "QRN-GRAV-010";
  "QRN-META-020" -> "QRN-GRAV-011";
  "QRN-CORE-007" -> "QRN-CORE-006";
  "QRN-CORE-008" -> "QRN-CORE-006";
  "QRN-CORE-009" -> "QRN-CORE-006";
  "QRN-CORE-010" -> "QRN-CORE-006";
  "QRN-CORE-011" -> "QRN-CORE-010";
  "QRN-META-021" -> "QRN-META-020";
  "QRN-META-021" -> "QRN-CORE-006";
  "QRN-META-021" -> "QRN-CORE-007";
  "QRN-META-021" -> "QRN-CORE-008";
  "QRN-META-021" -> "QRN-CORE-009";
  "QRN-META-021" -> "QRN-CORE-010";
  "QRN-META-021" -> "QRN-CORE-011";
  "QRN-CORE-012" -> "QRN-CORE-006";
  "QRN-CORE-013" -> "QRN-CORE-006";
  "QRN-GRAV-012" -> "QRN-GRAV-005";
  "QRN-META-022" -> "QRN-META-021";
  "QRN-META-023" -> "QRN-META-022";
  "QRN-CORE-014" -> "QRN-CORE-011";
  "QRN-CORE-014" -> "QRN-GRAV-005";
  "QRN-GRAV-013" -> "QRN-GRAV-006";
  "QRN-GRAV-013" -> "QRN-GRAV-008";
  "QRN-GRAV-013" -> "QRN-GRAV-010";
  "QRN-GRAV-014" -> "QRN-GRAV-013";
+   "QRN-GRAV-015" -> "QRN-GRAV-013";
+   "QRN-GRAV-015" -> "QRN-GRAV-014";
}
